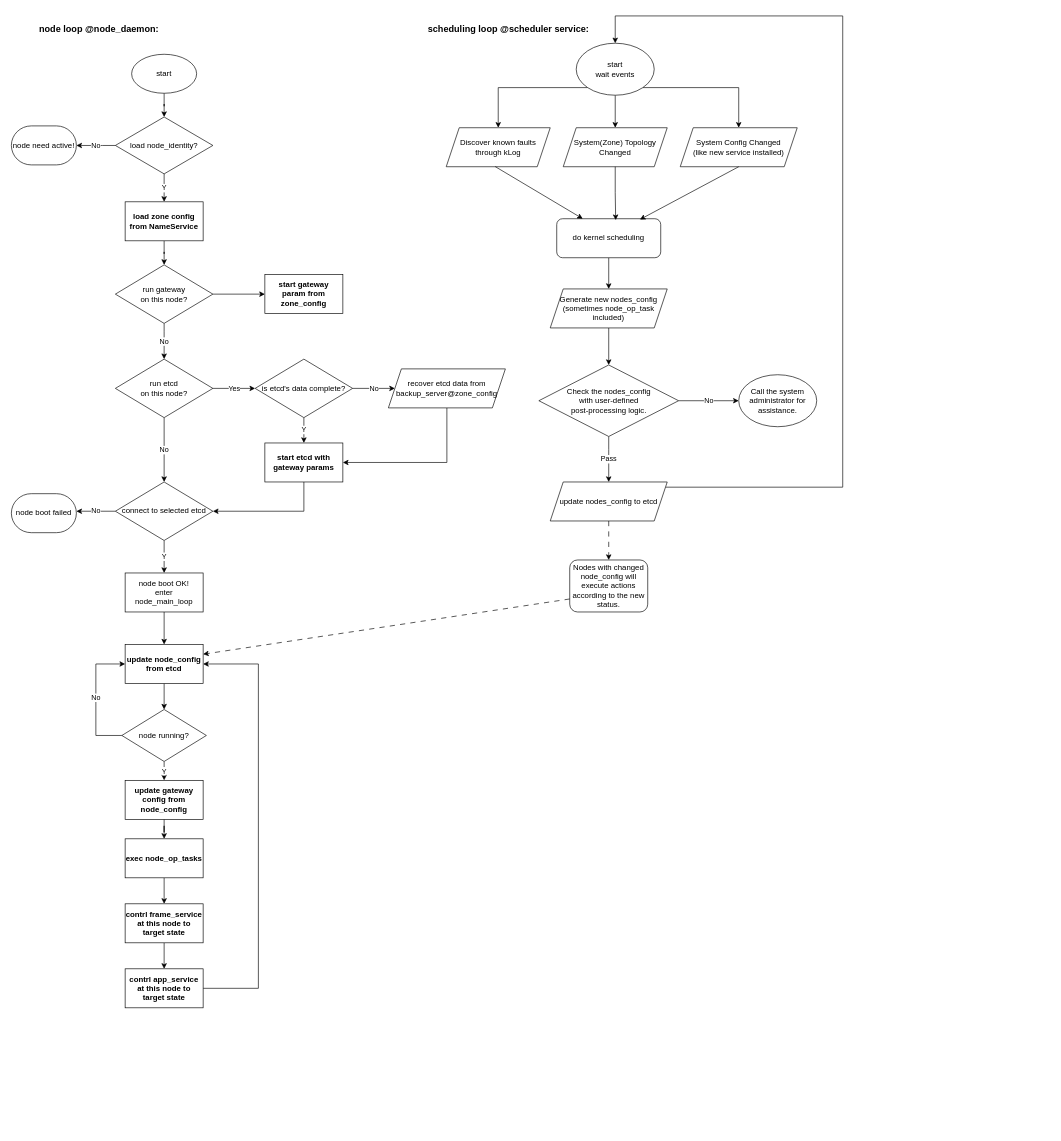
Above: page "MainLoop" (2 of 12) of doc/BuckyOS Architecture.drawio in buckyos/buckyos (draw.io), before the change. Source tidied: cells renumbered, new cells numbered last; positions are measured from the earlier drawing's top-left corner, leaving out a move shared by most shapes. Both pictures are drawn from the tidied source at 65%, with x=0, y=0 at pixel (11, 16).
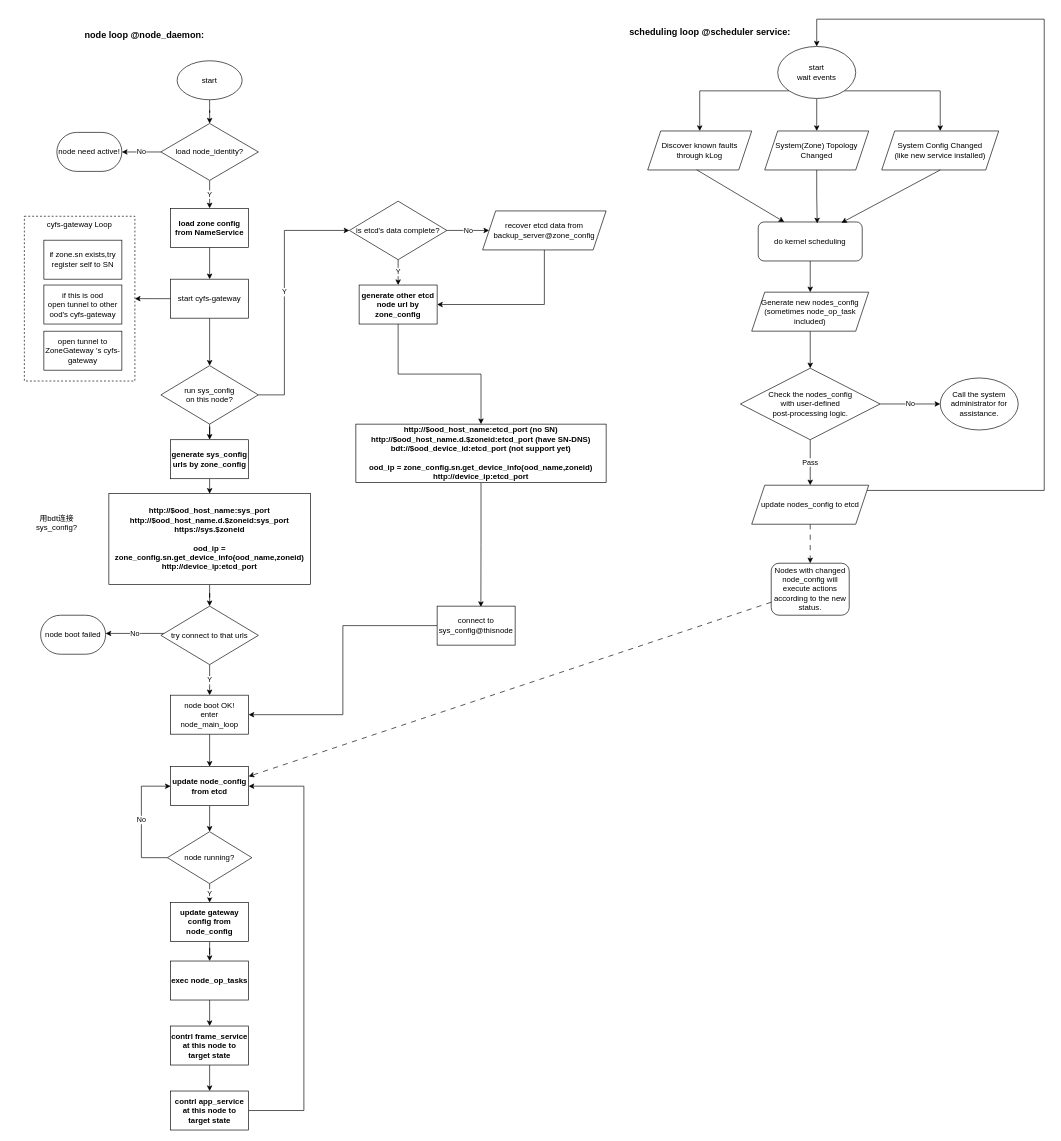
After the change.

Change to the diagram source:
```diff
@@
+    <mxCell id="68" value="cyfs-gateway Loop" style="rounded=0;whiteSpace=wrap;html=1;fillColor=none;dashed=1;verticalAlign=top;" parent="1" vertex="1">
+      <mxGeometry x="20" y="308.2" width="170" height="253.5" as="geometry" />
+    </mxCell>
     <mxCell id="2" value="node loop @node_daemon:" style="text;html=1;strokeColor=none;fillColor=none;align=center;verticalAlign=middle;whiteSpace=wrap;rounded=0;fontStyle=1;fontSize=14;" parent="1" vertex="1">
-      <mxGeometry x="20" y="5" width="230" height="30" as="geometry" />
+      <mxGeometry x="90" y="15" width="230" height="30" as="geometry" />
     </mxCell>
@@
     <mxCell id="4" value="No" style="edgeStyle=orthogonalEdgeStyle;rounded=0;jettySize=auto;html=1;" parent="1" edge="1" source="5" target="32">
       <mxGeometry relative="1" as="geometry">
         <Array as="points">
-          <mxPoint x="140" y="199" />
-          <mxPoint x="140" y="199" />
+          <mxPoint x="210" y="209" />
+          <mxPoint x="210" y="209" />
         </Array>
       </mxGeometry>
     </mxCell>
     <mxCell id="5" value="load node_identity?" style="rhombus;whiteSpace=wrap;html=1;" parent="1" vertex="1">
-      <mxGeometry x="160" y="155.5" width="150" height="87.5" as="geometry" />
+      <mxGeometry x="230" y="165.5" width="150" height="87.5" as="geometry" />
     </mxCell>
-    <mxCell id="6" style="edgeStyle=orthogonalEdgeStyle;rounded=0;jettySize=auto;html=1;" parent="1" edge="1" source="7" target="10">
+    <mxCell id="6" style="edgeStyle=orthogonalEdgeStyle;rounded=0;jettySize=auto;html=1;entryX=0.5;entryY=0;entryDx=0;entryDy=0;" parent="1" edge="1" source="7" target="73">
       <mxGeometry relative="1" as="geometry" />
     </mxCell>
     <mxCell id="7" value="load zone config&lt;br&gt;from NameService" style="rounded=0;whiteSpace=wrap;html=1;fontStyle=1;" parent="1" vertex="1">
-      <mxGeometry x="175" y="286" width="120" height="60" as="geometry" />
+      <mxGeometry x="245" y="296" width="120" height="60" as="geometry" />
     </mxCell>
-    <mxCell id="8" value="No" style="edgeStyle=orthogonalEdgeStyle;rounded=0;jettySize=auto;html=1;" parent="1" edge="1" source="10" target="13">
-      <mxGeometry relative="1" as="geometry">
-        <Array as="points">
-          <mxPoint x="235" y="486" />
-          <mxPoint x="235" y="486" />
-        </Array>
-      </mxGeometry>
-    </mxCell>
-    <mxCell id="9" style="edgeStyle=orthogonalEdgeStyle;rounded=0;jettySize=auto;html=1;entryX=0;entryY=0.5;entryDx=0;entryDy=0;" parent="1" edge="1" source="10" target="33">
-      <mxGeometry relative="1" as="geometry" />
-    </mxCell>
-    <mxCell id="10" value="run gateway &lt;br&gt;on this node?" style="rhombus;whiteSpace=wrap;html=1;" parent="1" vertex="1">
-      <mxGeometry x="160" y="383" width="150" height="90" as="geometry" />
-    </mxCell>
-    <mxCell id="11" value="No" style="edgeStyle=orthogonalEdgeStyle;rounded=0;jettySize=auto;html=1;" parent="1" edge="1" source="13" target="16">
-      <mxGeometry relative="1" as="geometry" />
-    </mxCell>
+    <mxCell id="69" style="edgeStyle=orthogonalEdgeStyle;rounded=0;jettySize=auto;html=1;exitX=0.5;exitY=1;exitDx=0;exitDy=0;" parent="1" edge="1" source="13" target="75">
+      <mxGeometry relative="1" as="geometry" />
+    </mxCell>
-    <mxCell id="12" value="Yes" style="edgeStyle=orthogonalEdgeStyle;rounded=0;jettySize=auto;html=1;" parent="1" edge="1" source="13" target="38">
-      <mxGeometry relative="1" as="geometry" />
+    <mxCell id="12" value="Y" style="edgeStyle=orthogonalEdgeStyle;rounded=0;jettySize=auto;html=1;exitX=1;exitY=0.5;exitDx=0;exitDy=0;entryX=0;entryY=0.5;entryDx=0;entryDy=0;" parent="1" edge="1" source="13" target="38">
+      <mxGeometry x="0.01" relative="1" as="geometry">
+        <Array as="points">
+          <mxPoint x="420" y="583" />
+          <mxPoint x="420" y="330" />
+        </Array>
+      </mxGeometry>
     </mxCell>
-    <mxCell id="13" value="run etcd&lt;br&gt;on this node?" style="rhombus;whiteSpace=wrap;html=1;" parent="1" vertex="1">
-      <mxGeometry x="160" y="528" width="150" height="90" as="geometry" />
+    <mxCell id="13" value="run sys_config&lt;br&gt;on this node?" style="rhombus;whiteSpace=wrap;html=1;" parent="1" vertex="1">
+      <mxGeometry x="230" y="538" width="150" height="90" as="geometry" />
     </mxCell>
@@
     <mxCell id="15" value="No" style="edgeStyle=orthogonalEdgeStyle;rounded=0;jettySize=auto;html=1;" parent="1" edge="1" source="16" target="43">
       <mxGeometry relative="1" as="geometry">
         <Array as="points">
-          <mxPoint x="130" y="762" />
-          <mxPoint x="130" y="762" />
+          <mxPoint x="200" y="950" />
+          <mxPoint x="200" y="950" />
         </Array>
       </mxGeometry>
     </mxCell>
-    <mxCell id="16" value="connect to selected etcd" style="rhombus;whiteSpace=wrap;html=1;" parent="1" vertex="1">
-      <mxGeometry x="160" y="717" width="150" height="90" as="geometry" />
+    <mxCell id="16" value="try connect to that urls" style="rhombus;whiteSpace=wrap;html=1;" parent="1" vertex="1">
+      <mxGeometry x="230" y="908" width="150" height="90" as="geometry" />
     </mxCell>
@@
     <mxCell id="18" value="node boot OK!&lt;br&gt;enter node_main_loop" style="rounded=0;whiteSpace=wrap;html=1;" parent="1" vertex="1">
-      <mxGeometry x="175" y="857" width="120" height="60" as="geometry" />
+      <mxGeometry x="245" y="1045" width="120" height="60" as="geometry" />
     </mxCell>
@@
     <mxCell id="20" value="exec node_op_tasks" style="rounded=0;whiteSpace=wrap;html=1;fontStyle=1;" parent="1" vertex="1">
-      <mxGeometry x="175" y="1266" width="120" height="60" as="geometry" />
+      <mxGeometry x="245" y="1454" width="120" height="60" as="geometry" />
     </mxCell>
@@
     <mxCell id="22" value="contrl frame_service at this node to target state" style="rounded=0;whiteSpace=wrap;html=1;fontStyle=1;" parent="1" vertex="1">
-      <mxGeometry x="175" y="1366" width="120" height="60" as="geometry" />
+      <mxGeometry x="245" y="1554" width="120" height="60" as="geometry" />
     </mxCell>
     <mxCell id="23" style="edgeStyle=orthogonalEdgeStyle;rounded=0;jettySize=auto;html=1;exitX=1;exitY=0.5;exitDx=0;exitDy=0;entryX=1;entryY=0.5;entryDx=0;entryDy=0;" parent="1" edge="1" source="24" target="26">
       <mxGeometry relative="1" as="geometry">
         <Array as="points">
-          <mxPoint x="380" y="1496" />
-          <mxPoint x="380" y="997" />
+          <mxPoint x="450" y="1684" />
+          <mxPoint x="450" y="1185" />
         </Array>
       </mxGeometry>
     </mxCell>
     <mxCell id="24" value="contrl app_service at this node to target state" style="rounded=0;whiteSpace=wrap;html=1;fontStyle=1;" parent="1" vertex="1">
-      <mxGeometry x="175" y="1466" width="120" height="60" as="geometry" />
+      <mxGeometry x="245" y="1654" width="120" height="60" as="geometry" />
     </mxCell>
@@
     <mxCell id="26" value="update node_config&lt;br&gt;from etcd" style="rounded=0;whiteSpace=wrap;html=1;fontStyle=1;" parent="1" vertex="1">
-      <mxGeometry x="175" y="967" width="120" height="60" as="geometry" />
+      <mxGeometry x="245" y="1155" width="120" height="60" as="geometry" />
     </mxCell>
     <mxCell id="27" value="Y" style="edgeStyle=orthogonalEdgeStyle;rounded=0;jettySize=auto;html=1;" parent="1" edge="1" source="29" target="35">
       <mxGeometry relative="1" as="geometry">
         <Array as="points">
-          <mxPoint x="235" y="1156" />
-          <mxPoint x="235" y="1156" />
+          <mxPoint x="305" y="1344" />
+          <mxPoint x="305" y="1344" />
         </Array>
       </mxGeometry>
     </mxCell>
     <mxCell id="28" value="No" style="edgeStyle=orthogonalEdgeStyle;rounded=0;jettySize=auto;html=1;exitX=0;exitY=0.5;exitDx=0;exitDy=0;entryX=0;entryY=0.5;entryDx=0;entryDy=0;" parent="1" edge="1" source="29" target="26">
       <mxGeometry relative="1" as="geometry">
         <Array as="points">
-          <mxPoint x="130" y="1107" />
-          <mxPoint x="130" y="997" />
+          <mxPoint x="200" y="1295" />
+          <mxPoint x="200" y="1185" />
         </Array>
       </mxGeometry>
     </mxCell>
     <mxCell id="29" value="node running?" style="rhombus;whiteSpace=wrap;html=1;" parent="1" vertex="1">
-      <mxGeometry x="170" y="1067" width="130" height="80" as="geometry" />
+      <mxGeometry x="240" y="1255" width="130" height="80" as="geometry" />
     </mxCell>
@@
     <mxCell id="31" value="start" style="strokeWidth=1;html=1;shape=mxgraph.flowchart.start_1;whiteSpace=wrap;fontStyle=0;" parent="1" vertex="1">
-      <mxGeometry x="185" y="59" width="100" height="60" as="geometry" />
+      <mxGeometry x="255" y="69" width="100" height="60" as="geometry" />
     </mxCell>
     <mxCell id="32" value="node need active!" style="strokeWidth=1;html=1;shape=mxgraph.flowchart.terminator;whiteSpace=wrap;" parent="1" vertex="1">
-      <mxGeometry y="169.2" width="100" height="60" as="geometry" />
+      <mxGeometry x="70" y="179.2" width="100" height="60" as="geometry" />
     </mxCell>
-    <mxCell id="33" value="start gateway&lt;br&gt;param from zone_config" style="rounded=0;whiteSpace=wrap;html=1;fontStyle=1;" parent="1" vertex="1">
-      <mxGeometry x="390" y="398" width="120" height="60" as="geometry" />
-    </mxCell>
@@
     <mxCell id="35" value="update gateway config from node_config" style="rounded=0;whiteSpace=wrap;html=1;fontStyle=1;" parent="1" vertex="1">
-      <mxGeometry x="175" y="1176" width="120" height="60" as="geometry" />
+      <mxGeometry x="245" y="1364" width="120" height="60" as="geometry" />
     </mxCell>
@@
     <mxCell id="38" value="is etcd's data complete?" style="rhombus;whiteSpace=wrap;html=1;" parent="1" vertex="1">
-      <mxGeometry x="375" y="528" width="150" height="90" as="geometry" />
+      <mxGeometry x="520" y="285" width="150" height="90" as="geometry" />
     </mxCell>
-    <mxCell id="39" style="edgeStyle=orthogonalEdgeStyle;rounded=0;jettySize=auto;html=1;entryX=1;entryY=0.5;entryDx=0;entryDy=0;exitX=0.5;exitY=1;exitDx=0;exitDy=0;" parent="1" edge="1" source="40" target="16">
-      <mxGeometry relative="1" as="geometry" />
-    </mxCell>
+    <mxCell id="70" style="edgeStyle=orthogonalEdgeStyle;rounded=0;jettySize=auto;html=1;exitX=0.5;exitY=1;exitDx=0;exitDy=0;entryX=0.5;entryY=0;entryDx=0;entryDy=0;" parent="1" edge="1" source="40" target="79">
+      <mxGeometry relative="1" as="geometry" />
+    </mxCell>
-    <mxCell id="40" value="start etcd with gateway params" style="rounded=0;whiteSpace=wrap;html=1;fontStyle=1;" parent="1" vertex="1">
-      <mxGeometry x="390" y="657" width="120" height="60" as="geometry" />
+    <mxCell id="40" value="generate other etcd node url by zone_config" style="rounded=0;whiteSpace=wrap;html=1;fontStyle=1;" parent="1" vertex="1">
+      <mxGeometry x="535" y="414" width="120" height="60" as="geometry" />
     </mxCell>
@@
     <mxCell id="42" value="recover etcd data from backup_server@zone_config" style="shape=parallelogram;perimeter=parallelogramPerimeter;whiteSpace=wrap;html=1;fixedSize=1;" parent="1" vertex="1">
-      <mxGeometry x="580" y="543" width="180" height="60" as="geometry" />
+      <mxGeometry x="725" y="300" width="190" height="60" as="geometry" />
     </mxCell>
     <mxCell id="43" value="node boot failed" style="strokeWidth=1;html=1;shape=mxgraph.flowchart.terminator;whiteSpace=wrap;" parent="1" vertex="1">
-      <mxGeometry y="735" width="100" height="60" as="geometry" />
+      <mxGeometry x="45" y="922" width="100" height="60" as="geometry" />
     </mxCell>
     <mxCell id="44" value="System(Zone) Topology Changed" style="shape=parallelogram;perimeter=parallelogramPerimeter;whiteSpace=wrap;html=1;fixedSize=1;" parent="1" vertex="1">
-      <mxGeometry x="849" y="172" width="160" height="60" as="geometry" />
+      <mxGeometry x="1159" y="177" width="160" height="60" as="geometry" />
     </mxCell>
     <mxCell id="45" value="Discover known faults through kLog" style="shape=parallelogram;perimeter=parallelogramPerimeter;whiteSpace=wrap;html=1;fixedSize=1;" parent="1" vertex="1">
-      <mxGeometry x="669" y="172" width="160" height="60" as="geometry" />
+      <mxGeometry x="979" y="177" width="160" height="60" as="geometry" />
     </mxCell>
     <mxCell id="46" value="System Config Changed&lt;br&gt;(like new service installed)" style="shape=parallelogram;perimeter=parallelogramPerimeter;whiteSpace=wrap;html=1;fixedSize=1;" parent="1" vertex="1">
-      <mxGeometry x="1029" y="172" width="180" height="60" as="geometry" />
+      <mxGeometry x="1339" y="177" width="180" height="60" as="geometry" />
     </mxCell>
@@
     <mxCell id="48" value="do kernel scheduling" style="rounded=1;whiteSpace=wrap;html=1;" parent="1" vertex="1">
-      <mxGeometry x="839" y="312" width="160" height="60" as="geometry" />
+      <mxGeometry x="1149" y="317" width="160" height="60" as="geometry" />
     </mxCell>
@@
     <mxCell id="50" value="Generate new nodes_config&lt;br&gt;(sometimes node_op_task included)" style="shape=parallelogram;perimeter=parallelogramPerimeter;whiteSpace=wrap;html=1;fixedSize=1;" parent="1" vertex="1">
-      <mxGeometry x="829" y="420" width="180" height="60" as="geometry" />
+      <mxGeometry x="1139" y="425" width="180" height="60" as="geometry" />
     </mxCell>
     <mxCell id="51" value="Pass" style="edgeStyle=orthogonalEdgeStyle;rounded=0;jettySize=auto;html=1;exitX=0.5;exitY=1;exitDx=0;exitDy=0;" parent="1" edge="1" source="53" target="59">
       <mxGeometry relative="1" as="geometry">
         <Array as="points">
-          <mxPoint x="919" y="667" />
-          <mxPoint x="919" y="667" />
+          <mxPoint x="1229" y="672" />
+          <mxPoint x="1229" y="672" />
         </Array>
       </mxGeometry>
     </mxCell>
@@
     <mxCell id="53" value="Check the nodes_config &lt;br&gt;with user-defined &lt;br&gt;post-processing logic." style="rhombus;whiteSpace=wrap;html=1;" parent="1" vertex="1">
-      <mxGeometry x="811.5" y="537" width="215" height="110" as="geometry" />
+      <mxGeometry x="1121.5" y="542" width="215" height="110" as="geometry" />
     </mxCell>
@@
     <mxCell id="57" style="edgeStyle=orthogonalEdgeStyle;rounded=0;jettySize=auto;html=1;entryX=0.5;entryY=0;entryDx=0;entryDy=0;" parent="1" edge="1" source="59" target="64">
       <mxGeometry relative="1" as="geometry">
         <Array as="points">
-          <mxPoint x="1279" y="725" />
-          <mxPoint x="1279" />
-          <mxPoint x="929" />
+          <mxPoint x="1589" y="730" />
+          <mxPoint x="1589" y="5" />
+          <mxPoint x="1239" y="5" />
         </Array>
       </mxGeometry>
     </mxCell>
@@
     <mxCell id="59" value="update nodes_config to etcd" style="shape=parallelogram;perimeter=parallelogramPerimeter;whiteSpace=wrap;html=1;fixedSize=1;" parent="1" vertex="1">
-      <mxGeometry x="829" y="717" width="180" height="60" as="geometry" />
+      <mxGeometry x="1139" y="722" width="180" height="60" as="geometry" />
     </mxCell>
     <mxCell id="60" value="Call the system administrator for assistance." style="ellipse;whiteSpace=wrap;html=1;" parent="1" vertex="1">
-      <mxGeometry x="1119" y="552" width="120" height="80" as="geometry" />
+      <mxGeometry x="1429" y="557" width="120" height="80" as="geometry" />
     </mxCell>
@@
     <mxCell id="64" value="start&lt;br&gt;wait events" style="ellipse;whiteSpace=wrap;html=1;" parent="1" vertex="1">
-      <mxGeometry x="869" y="42" width="120" height="80" as="geometry" />
+      <mxGeometry x="1179" y="47" width="120" height="80" as="geometry" />
     </mxCell>
     <mxCell id="65" value="Nodes with changed node_config will execute actions according to the new status." style="rounded=1;whiteSpace=wrap;html=1;" parent="1" vertex="1">
-      <mxGeometry x="859" y="837" width="120" height="80" as="geometry" />
+      <mxGeometry x="1169" y="842" width="120" height="80" as="geometry" />
     </mxCell>
@@
     <mxCell id="67" value="scheduling loop @scheduler service:" style="text;html=1;strokeColor=none;fillColor=none;align=center;verticalAlign=middle;whiteSpace=wrap;rounded=0;fontStyle=1;fontSize=14;" parent="1" vertex="1">
-      <mxGeometry x="630" y="5" width="270" height="30" as="geometry" />
+      <mxGeometry x="940" y="10" width="270" height="30" as="geometry" />
     </mxCell>
+    <mxCell id="71" style="edgeStyle=orthogonalEdgeStyle;rounded=0;jettySize=auto;html=1;exitX=0.5;exitY=1;exitDx=0;exitDy=0;" parent="1" edge="1" source="73" target="13">
+      <mxGeometry relative="1" as="geometry" />
+    </mxCell>
+    <mxCell id="72" style="edgeStyle=orthogonalEdgeStyle;rounded=0;jettySize=auto;html=1;exitX=0;exitY=0.5;exitDx=0;exitDy=0;entryX=1;entryY=0.5;entryDx=0;entryDy=0;" parent="1" edge="1" source="73" target="68">
+      <mxGeometry relative="1" as="geometry" />
+    </mxCell>
+    <mxCell id="73" value="start cyfs-gateway&lt;br&gt;" style="rounded=0;whiteSpace=wrap;html=1;fontStyle=0;" parent="1" vertex="1">
+      <mxGeometry x="245" y="405" width="120" height="60" as="geometry" />
+    </mxCell>
+    <mxCell id="74" style="edgeStyle=orthogonalEdgeStyle;rounded=0;jettySize=auto;html=1;exitX=0.5;exitY=1;exitDx=0;exitDy=0;entryX=0.5;entryY=0;entryDx=0;entryDy=0;" parent="1" edge="1" source="75" target="77">
+      <mxGeometry relative="1" as="geometry" />
+    </mxCell>
+    <mxCell id="75" value="generate sys_config urls by zone_config" style="rounded=0;whiteSpace=wrap;html=1;fontStyle=1;" parent="1" vertex="1">
+      <mxGeometry x="245" y="652" width="120" height="60" as="geometry" />
+    </mxCell>
+    <mxCell id="76" style="edgeStyle=orthogonalEdgeStyle;rounded=0;jettySize=auto;html=1;exitX=0.5;exitY=1;exitDx=0;exitDy=0;" parent="1" edge="1" source="77" target="16">
+      <mxGeometry relative="1" as="geometry" />
+    </mxCell>
+    <mxCell id="77" value="http://$ood_host_name:sys_port&lt;br&gt;http://$ood_host_name.d.$zoneid:sys_port&lt;br&gt;https://sys.$zoneid&lt;br&gt;&lt;br&gt;ood_ip = zone_config.sn.get_device_info(ood_name,zoneid)&lt;br style=&quot;border-color: var(--border-color);&quot;&gt;http://device_ip:etcd_port" style="rounded=0;whiteSpace=wrap;html=1;fontStyle=1;" parent="1" vertex="1">
+      <mxGeometry x="150" y="735" width="310" height="140" as="geometry" />
+    </mxCell>
+    <mxCell id="78" style="edgeStyle=orthogonalEdgeStyle;rounded=0;jettySize=auto;html=1;exitX=0.5;exitY=1;exitDx=0;exitDy=0;entryX=0.561;entryY=0.021;entryDx=0;entryDy=0;entryPerimeter=0;" parent="1" edge="1" source="79" target="83">
+      <mxGeometry relative="1" as="geometry" />
+    </mxCell>
+    <mxCell id="79" value="http://$ood_host_name:etcd_port (no SN)&lt;br&gt;http://$ood_host_name.d.$zoneid:etcd_port (have SN-DNS)&lt;br&gt;bdt://$ood_device_id:etcd_port (not support yet)&lt;br&gt;&lt;br&gt;ood_ip = zone_config.sn.get_device_info(ood_name,zoneid)&lt;br&gt;http://device_ip:etcd_port" style="rounded=0;whiteSpace=wrap;html=1;fontStyle=1;" parent="1" vertex="1">
+      <mxGeometry x="530" y="628" width="385" height="90" as="geometry" />
+    </mxCell>
+    <mxCell id="80" value="if this is ood&lt;br&gt;open tunnel to other ood's cyfs-gateway" style="rounded=0;whiteSpace=wrap;html=1;fontStyle=0;" parent="1" vertex="1">
+      <mxGeometry x="50" y="414" width="120" height="60" as="geometry" />
+    </mxCell>
+    <mxCell id="81" value="open tunnel to ZoneGateway 's cyfs-gateway" style="rounded=0;whiteSpace=wrap;html=1;fontStyle=0;" parent="1" vertex="1">
+      <mxGeometry x="50" y="485" width="120" height="60" as="geometry" />
+    </mxCell>
+    <mxCell id="82" style="edgeStyle=orthogonalEdgeStyle;rounded=0;jettySize=auto;html=1;exitX=0;exitY=0.5;exitDx=0;exitDy=0;entryX=1;entryY=0.5;entryDx=0;entryDy=0;" parent="1" edge="1" source="83" target="18">
+      <mxGeometry relative="1" as="geometry" />
+    </mxCell>
+    <mxCell id="83" value="connect to sys_config@thisnode" style="rounded=0;whiteSpace=wrap;html=1;" parent="1" vertex="1">
+      <mxGeometry x="655" y="908" width="120" height="60" as="geometry" />
+    </mxCell>
+    <mxCell id="84" value="if zone.sn exists,try register self to SN" style="rounded=0;whiteSpace=wrap;html=1;fontStyle=0;" parent="1" vertex="1">
+      <mxGeometry x="50" y="345" width="120" height="60" as="geometry" />
+    </mxCell>
+    <mxCell id="85" value="用bdt连接 sys_config?" style="text;html=1;strokeColor=none;fillColor=none;align=center;verticalAlign=middle;whiteSpace=wrap;rounded=0;" parent="1" vertex="1">
+      <mxGeometry x="30" y="765" width="80" height="30" as="geometry" />
+    </mxCell>
```
